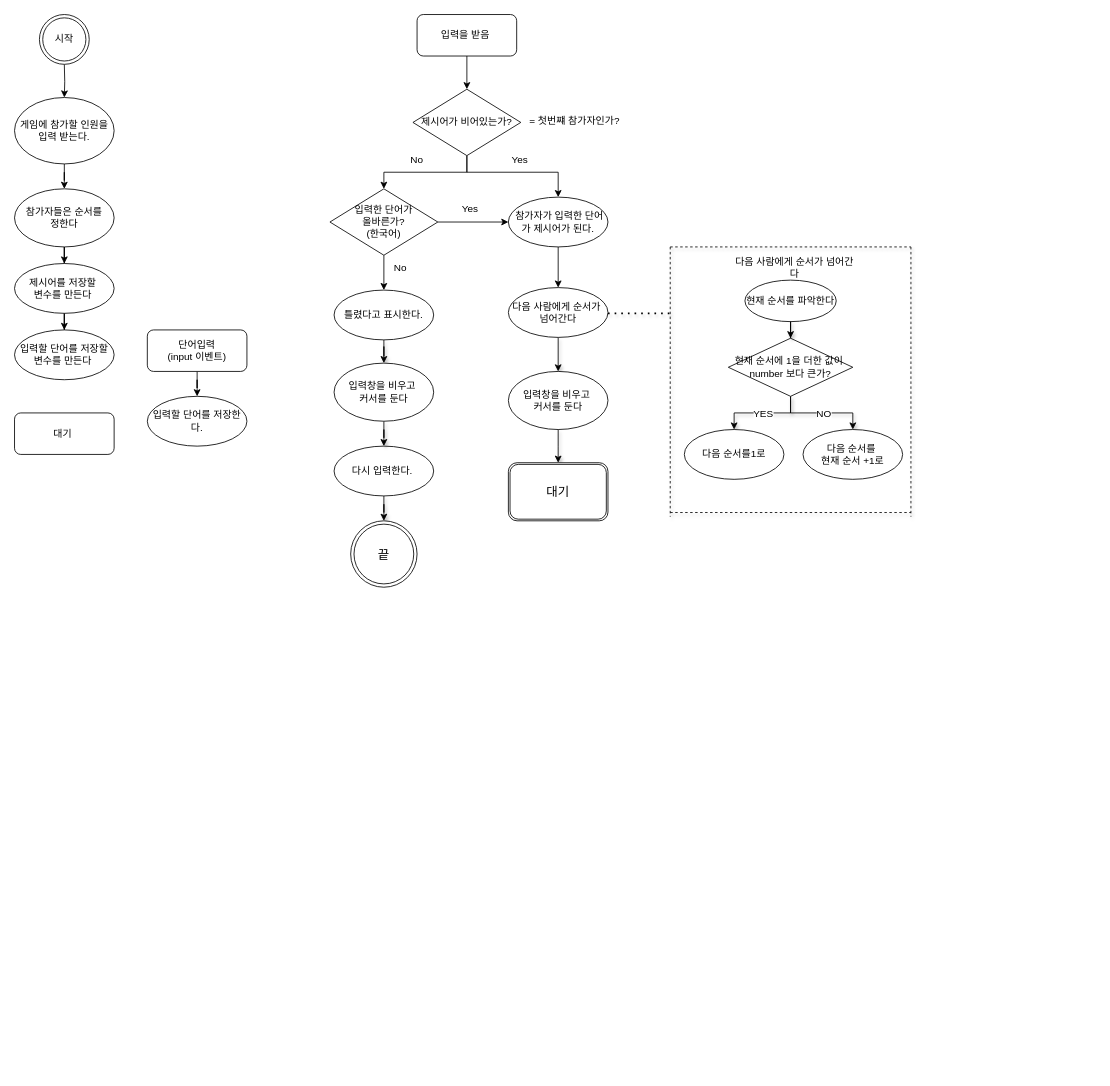
cine-choi/Flex_exercise keeps this draw.io diagram as 끝말 잇기 게임.drawio. Above is the earlier version. Source tidied: cells renumbered, new cells numbered last; positions are measured from the earlier drawing's top-left corner, leaving out a move shared by most shapes. Both pictures are drawn from the tidied source at 83%, with x=0, y=0 at pixel (14, 14).
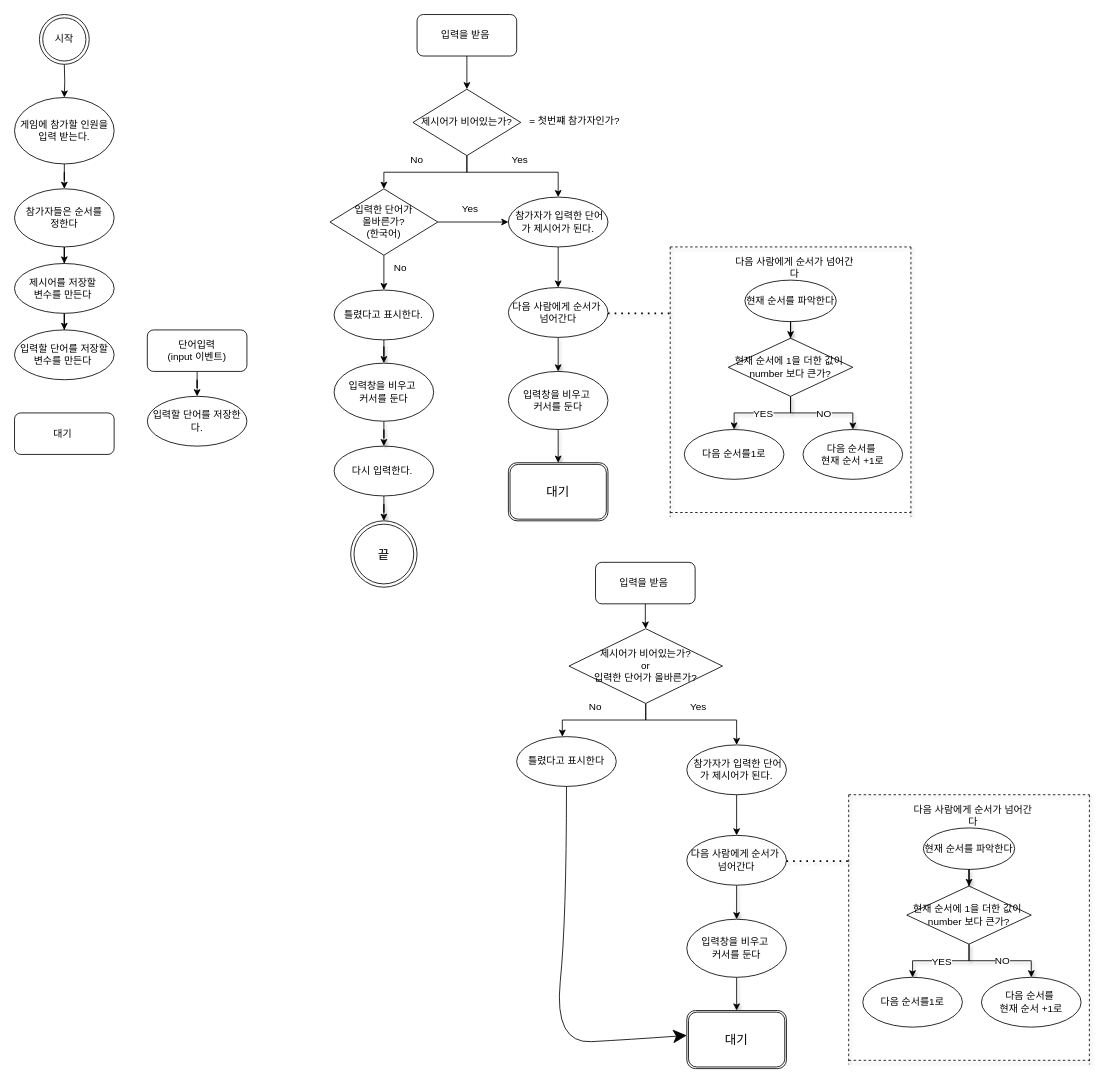
Above is the later version.

Commit message:
끝말 잇기 게임.drawio 업데이트

Change to the diagram source:
```diff
@@
+    <mxCell id="57" style="edgeStyle=orthogonalEdgeStyle;rounded=0;jettySize=auto;html=1;" parent="1" edge="1" source="58" target="61">
+      <mxGeometry relative="1" as="geometry" />
+    </mxCell>
+    <mxCell id="58" value="입력을 받음&amp;nbsp;" style="rounded=1;whiteSpace=wrap;html=1;" parent="1" vertex="1">
+      <mxGeometry x="700" y="660" width="120" height="50" as="geometry" />
+    </mxCell>
+    <mxCell id="59" style="edgeStyle=orthogonalEdgeStyle;rounded=0;jettySize=auto;html=1;" parent="1" edge="1" source="61">
+      <mxGeometry relative="1" as="geometry">
+        <mxPoint x="660" y="870" as="targetPoint" />
+        <Array as="points">
+          <mxPoint x="760" y="850" />
+          <mxPoint x="660" y="850" />
+        </Array>
+      </mxGeometry>
+    </mxCell>
+    <mxCell id="60" style="edgeStyle=orthogonalEdgeStyle;rounded=0;jettySize=auto;html=1;entryX=0.5;entryY=0;entryDx=0;entryDy=0;" parent="1" edge="1" source="61" target="63">
+      <mxGeometry relative="1" as="geometry">
+        <Array as="points">
+          <mxPoint x="760" y="850" />
+          <mxPoint x="870" y="850" />
+        </Array>
+      </mxGeometry>
+    </mxCell>
+    <mxCell id="61" value="제시어가 비어있는가?&lt;br&gt;or&lt;br&gt;입력한 단어가 올바른가?" style="rhombus;whiteSpace=wrap;html=1;" parent="1" vertex="1">
+      <mxGeometry x="668" y="740" width="185" height="90" as="geometry" />
+    </mxCell>
+    <mxCell id="62" style="edgeStyle=orthogonalEdgeStyle;rounded=0;jettySize=auto;html=1;" parent="1" edge="1" source="63" target="67">
+      <mxGeometry relative="1" as="geometry" />
+    </mxCell>
+    <mxCell id="63" value="&amp;nbsp;참가자가 입력한 단어가 제시어가 된다." style="ellipse;whiteSpace=wrap;html=1;" parent="1" vertex="1">
+      <mxGeometry x="810" y="880" width="120" height="60" as="geometry" />
+    </mxCell>
+    <mxCell id="64" value="Yes" style="text;html=1;strokeColor=none;fillColor=none;align=center;verticalAlign=middle;whiteSpace=wrap;rounded=0;" parent="1" vertex="1">
+      <mxGeometry x="794" y="820" width="60" height="30" as="geometry" />
+    </mxCell>
+    <mxCell id="65" value="No" style="text;html=1;strokeColor=none;fillColor=none;align=center;verticalAlign=middle;whiteSpace=wrap;rounded=0;" parent="1" vertex="1">
+      <mxGeometry x="670" y="820" width="60" height="30" as="geometry" />
+    </mxCell>
+    <mxCell id="66" style="edgeStyle=orthogonalEdgeStyle;rounded=0;jettySize=auto;html=1;shadow=1;" parent="1" edge="1" source="67" target="84">
+      <mxGeometry relative="1" as="geometry" />
+    </mxCell>
+    <mxCell id="67" value="다음 사람에게 순서가&amp;nbsp;&lt;br&gt;넘어간다" style="ellipse;whiteSpace=wrap;html=1;" parent="1" vertex="1">
+      <mxGeometry x="810" y="989" width="120" height="60" as="geometry" />
+    </mxCell>
+    <mxCell id="68" value="&lt;br&gt;&lt;br&gt;&lt;br&gt;" style="endArrow=none;dashed=1;html=1;dashPattern=1 3;strokeWidth=2;rounded=0;shadow=1;" parent="1" edge="1">
+      <mxGeometry relative="1" as="geometry">
+        <mxPoint x="930" y="1020" as="sourcePoint" />
+        <mxPoint x="1005" y="1020" as="targetPoint" />
+      </mxGeometry>
+    </mxCell>
+    <mxCell id="69" style="endArrow=none;dashed=1;html=1;rounded=0;shadow=1;" parent="1" edge="1">
+      <mxGeometry relative="1" as="geometry">
+        <mxPoint x="1005" y="940" as="sourcePoint" />
+        <mxPoint x="1295" y="940" as="targetPoint" />
+      </mxGeometry>
+    </mxCell>
+    <mxCell id="70" style="endArrow=none;dashed=1;html=1;rounded=0;shadow=1;" parent="1" edge="1">
+      <mxGeometry relative="1" as="geometry">
+        <mxPoint x="1005" y="940" as="sourcePoint" />
+        <mxPoint x="1005" y="1265" as="targetPoint" />
+      </mxGeometry>
+    </mxCell>
+    <mxCell id="71" value="다음 사람에게 순서가 넘어간다" style="text;html=1;strokeColor=none;fillColor=none;align=center;verticalAlign=middle;whiteSpace=wrap;rounded=0;" parent="1" vertex="1">
+      <mxGeometry x="1080" y="950" width="150" height="30" as="geometry" />
+    </mxCell>
+    <mxCell id="72" value="현재 순서를 파악한다" style="ellipse;whiteSpace=wrap;html=1;" parent="1" vertex="1">
+      <mxGeometry x="1095" y="980" width="110" height="50" as="geometry" />
+    </mxCell>
+    <mxCell id="73" style="edgeStyle=orthogonalEdgeStyle;rounded=0;jettySize=auto;html=1;shadow=1;" parent="1" edge="1" source="77" target="79">
+      <mxGeometry relative="1" as="geometry" />
+    </mxCell>
+    <mxCell id="74" value="&lt;font style=&quot;font-size: 12px;&quot;&gt;YES&lt;/font&gt;" style="edgeLabel;html=1;align=center;verticalAlign=middle;fontSize=15;" parent="73" vertex="1">
+      <mxGeometry relative="1" as="geometry">
+        <mxPoint y="-1" as="offset" />
+      </mxGeometry>
+    </mxCell>
+    <mxCell id="75" style="edgeStyle=orthogonalEdgeStyle;rounded=0;jettySize=auto;html=1;shadow=1;" parent="1" edge="1" source="77" target="80">
+      <mxGeometry relative="1" as="geometry" />
+    </mxCell>
+    <mxCell id="76" value="&lt;font style=&quot;font-size: 12px;&quot;&gt;NO&lt;/font&gt;" style="edgeLabel;html=1;align=center;verticalAlign=middle;" parent="75" vertex="1">
+      <mxGeometry x="0.02" y="2" relative="1" as="geometry">
+        <mxPoint y="2" as="offset" />
+      </mxGeometry>
+    </mxCell>
+    <mxCell id="77" value="현재 순서에 1을 더한 값이&amp;nbsp;&lt;br&gt;number 보다 큰가?" style="rhombus;whiteSpace=wrap;html=1;" parent="1" vertex="1">
+      <mxGeometry x="1075" y="1050" width="150" height="70" as="geometry" />
+    </mxCell>
+    <mxCell id="78" style="edgeStyle=orthogonalEdgeStyle;rounded=0;jettySize=auto;html=1;shadow=1;" parent="1" edge="1" source="72" target="77">
+      <mxGeometry relative="1" as="geometry" />
+    </mxCell>
+    <mxCell id="79" value="다음 순서를1로" style="ellipse;whiteSpace=wrap;html=1;" parent="1" vertex="1">
+      <mxGeometry x="1022" y="1160" width="120" height="60" as="geometry" />
+    </mxCell>
+    <mxCell id="80" value="다음 순서를&amp;nbsp;&lt;br&gt;현재 순서 +1로" style="ellipse;whiteSpace=wrap;html=1;" parent="1" vertex="1">
+      <mxGeometry x="1165" y="1160" width="120" height="60" as="geometry" />
+    </mxCell>
+    <mxCell id="81" style="endArrow=none;dashed=1;html=1;rounded=0;shadow=1;" parent="1" edge="1">
+      <mxGeometry relative="1" as="geometry">
+        <mxPoint x="1005" y="1260" as="sourcePoint" />
+        <mxPoint x="1295" y="1260" as="targetPoint" />
+      </mxGeometry>
+    </mxCell>
+    <mxCell id="82" style="endArrow=none;dashed=1;html=1;rounded=0;shadow=1;" parent="1" edge="1">
+      <mxGeometry relative="1" as="geometry">
+        <mxPoint x="1295" y="940" as="sourcePoint" />
+        <mxPoint x="1295" y="1265" as="targetPoint" />
+      </mxGeometry>
+    </mxCell>
+    <mxCell id="83" style="edgeStyle=orthogonalEdgeStyle;rounded=0;jettySize=auto;html=1;shadow=1;" parent="1" edge="1" source="84">
+      <mxGeometry relative="1" as="geometry">
+        <mxPoint x="870" y="1200" as="targetPoint" />
+      </mxGeometry>
+    </mxCell>
+    <mxCell id="84" value="입력창을 비우고&amp;nbsp;&lt;br&gt;커서를 둔다" style="ellipse;whiteSpace=wrap;html=1;" parent="1" vertex="1">
+      <mxGeometry x="810" y="1090" width="120" height="70" as="geometry" />
+    </mxCell>
+    <mxCell id="85" value="대기" style="shape=ext;double=1;rounded=1;whiteSpace=wrap;html=1;fontSize=15;" parent="1" vertex="1">
+      <mxGeometry x="810" y="1200" width="120" height="70" as="geometry" />
+    </mxCell>
+    <mxCell id="86" value="틀렸다고 표시한다" style="ellipse;whiteSpace=wrap;html=1;" parent="1" vertex="1">
+      <mxGeometry x="605" y="870" width="120" height="60" as="geometry" />
+    </mxCell>
+    <mxCell id="87" style="endArrow=classic;html=1;rounded=0;startSize=14;endSize=14;sourcePerimeterSpacing=8;targetPerimeterSpacing=8;curved=1;entryX=0;entryY=0.429;entryDx=0;entryDy=0;entryPerimeter=0;" parent="1" edge="1" target="85">
+      <mxGeometry relative="1" as="geometry">
+        <mxPoint x="665" y="930" as="sourcePoint" />
+        <Array as="points">
+          <mxPoint x="665" y="1090" />
+          <mxPoint x="650" y="1240" />
+          <mxPoint x="740" y="1235" />
+        </Array>
+      </mxGeometry>
+    </mxCell>
```
